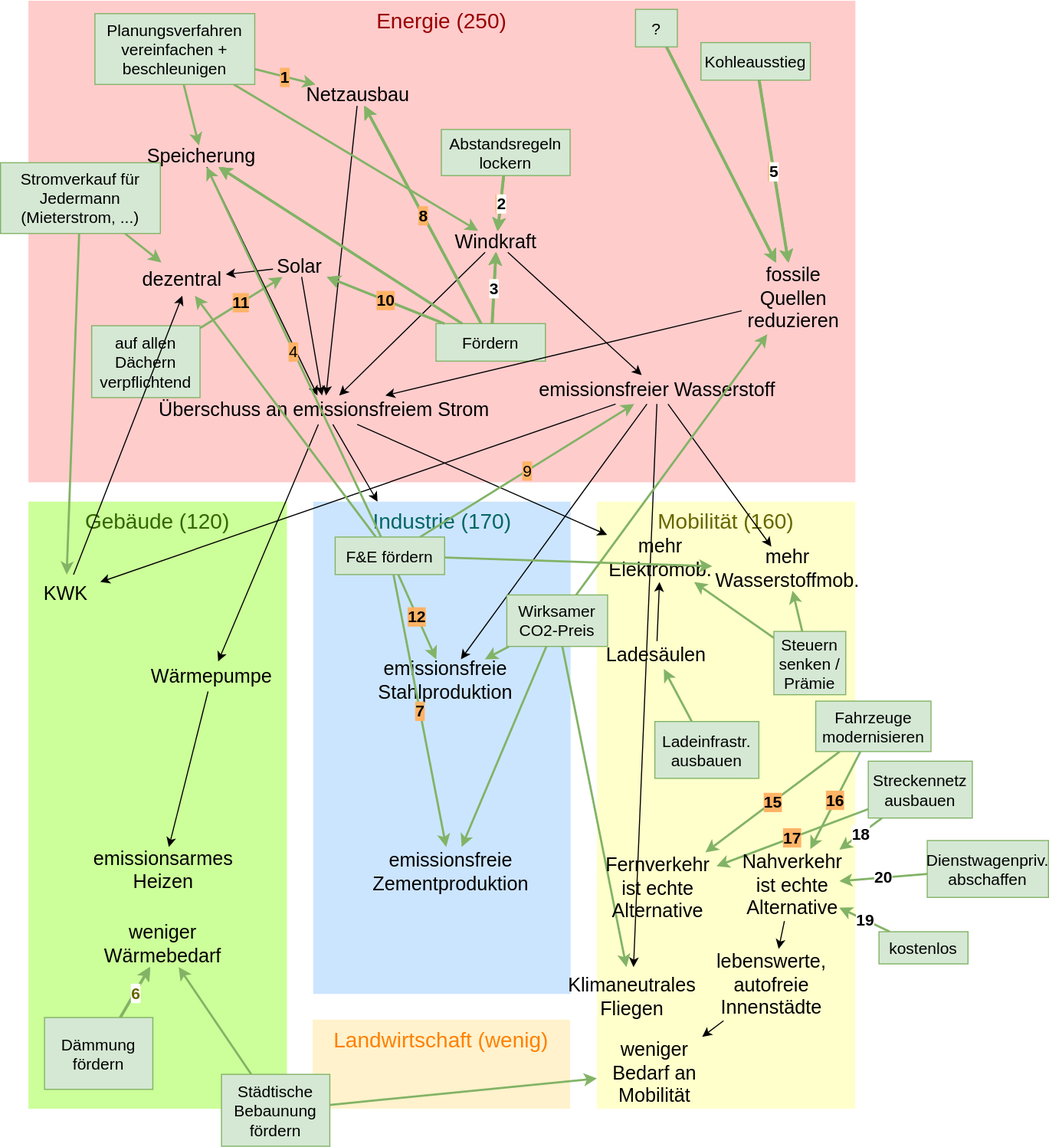
The draw.io diagram documents/happyPath.drawio.svg in neustartklima/ich-kann-klima, before a commit. Source tidied: cells renumbered, new cells last; positions are measured from the earlier drawing's top-left corner, leaving out a move shared by most shapes.
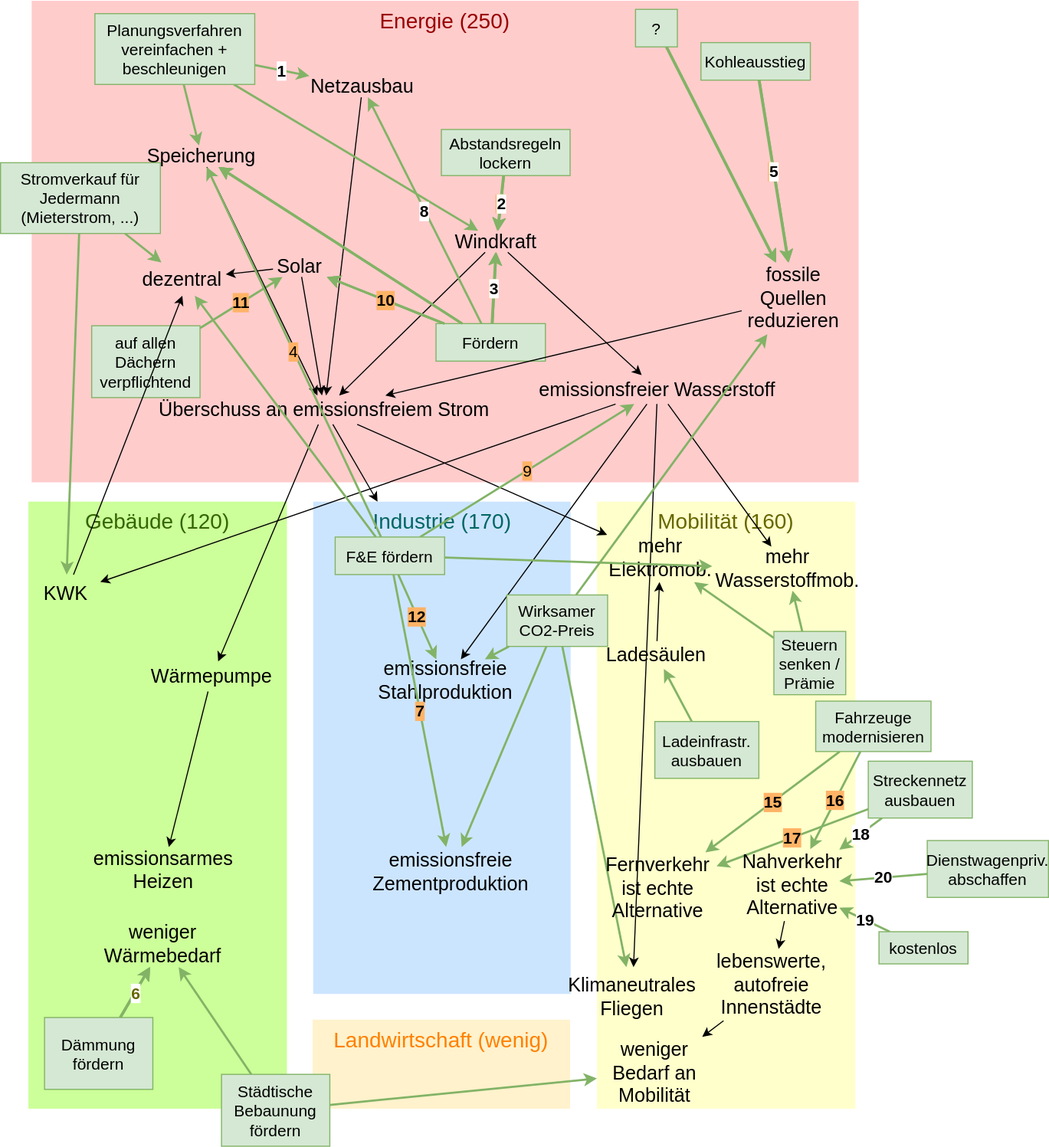
Above is the later version.

Diff of the diagram source:
```diff
@@ -6,7 +6,7 @@
       <mxGeometry x="291" y="950" width="240" height="83" as="geometry" />
     </mxCell>
     <mxCell id="3" value="Energie (250)" style="text;html=1;align=center;verticalAlign=top;whiteSpace=wrap;rounded=0;fontSize=20;fontStyle=0;fontColor=#990000;fillColor=#FFCCCC;" parent="1" vertex="1">
-      <mxGeometry x="26" width="771" height="449" as="geometry" />
+      <mxGeometry x="29" width="771" height="449" as="geometry" />
     </mxCell>
     <mxCell id="4" value="Gebäude (120)" style="text;html=1;strokeColor=none;align=center;verticalAlign=top;whiteSpace=wrap;rounded=0;fontSize=20;fontStyle=0;fillColor=#CCFF99;fontColor=#336600;" parent="1" vertex="1">
       <mxGeometry x="26" y="467" width="241" height="566" as="geometry" />
@@ -48,7 +48,7 @@
       <mxGeometry relative="1" as="geometry" />
     </mxCell>
     <mxCell id="17" value="Netzausbau" style="text;html=1;strokeColor=none;fillColor=none;align=center;verticalAlign=middle;whiteSpace=wrap;rounded=0;fontSize=18;" parent="1" vertex="1">
-      <mxGeometry x="284" y="78" width="99" height="20" as="geometry" />
+      <mxGeometry x="288" y="70" width="99" height="20" as="geometry" />
     </mxCell>
     <mxCell id="18" style="edgeStyle=none;rounded=0;jettySize=auto;html=1;fontSize=20;fontColor=#994C00;" parent="1" edge="1" source="20" target="7">
       <mxGeometry relative="1" as="geometry" />
@@ -80,7 +80,7 @@
     <mxCell id="27" value="auf allen Dächern verpflichtend" style="text;html=1;align=center;verticalAlign=middle;whiteSpace=wrap;rounded=0;fontSize=15;perimeterSpacing=0;fillColor=#d5e8d4;strokeColor=#82b366;" parent="1" vertex="1">
       <mxGeometry x="85" y="303" width="101" height="67" as="geometry" />
     </mxCell>
-    <mxCell id="28" value="1" style="edgeStyle=none;rounded=0;jettySize=auto;html=1;fontSize=15;strokeWidth=2;strokeColor=#82B366;labelBackgroundColor=#FFB366;fontStyle=1;" parent="1" edge="1" source="31" target="17">
+    <mxCell id="28" value="1" style="edgeStyle=none;rounded=0;jettySize=auto;html=1;fontSize=15;strokeWidth=2;strokeColor=#82B366;labelBackgroundColor=#FFFFFF;fontStyle=1;" parent="1" edge="1" source="31" target="17">
       <mxGeometry relative="1" as="geometry" />
     </mxCell>
     <mxCell id="29" style="edgeStyle=none;rounded=0;jettySize=auto;html=1;fontSize=15;strokeWidth=2;strokeColor=#82B366;labelBackgroundColor=#FFB366;" parent="1" edge="1" source="31" target="26">
@@ -92,9 +92,6 @@
     <mxCell id="31" value="Planungsverfahren vereinfachen + beschleunigen" style="text;html=1;align=center;verticalAlign=middle;whiteSpace=wrap;rounded=0;fontSize=15;perimeterSpacing=0;fillColor=#d5e8d4;strokeColor=#82B366;" parent="1" vertex="1">
       <mxGeometry x="88" y="12" width="149" height="66" as="geometry" />
     </mxCell>
-    <mxCell id="32" style="edgeStyle=none;rounded=0;jettySize=auto;html=1;fontSize=15;strokeWidth=2;strokeColor=#82B366;labelBackgroundColor=#FFB366;" parent="1" edge="1" source="37" target="17">
-      <mxGeometry relative="1" as="geometry" />
-    </mxCell>
     <mxCell id="33" value="3" style="edgeStyle=none;rounded=0;jettySize=auto;html=1;fontSize=15;strokeColor=#82B366;strokeWidth=2;labelBackgroundColor=#FFB366;" parent="1" edge="1" source="37" target="20">
       <mxGeometry relative="1" as="geometry" />
     </mxCell>
@@ -287,12 +284,6 @@
         <mxPoint x="203.8" y="155" as="targetPoint" />
       </mxGeometry>
     </mxCell>
-    <mxCell id="96" style="edgeStyle=none;rounded=0;orthogonalLoop=1;jettySize=auto;html=1;fontSize=15;strokeWidth=2;strokeColor=#82B366;labelBackgroundColor=#FFB366;" parent="1" edge="1">
-      <mxGeometry relative="1" as="geometry">
-        <mxPoint x="448.3" y="301" as="sourcePoint" />
-        <mxPoint x="339.6" y="98" as="targetPoint" />
-      </mxGeometry>
-    </mxCell>
     <mxCell id="97" style="edgeStyle=none;rounded=0;orthogonalLoop=1;jettySize=auto;html=1;fontSize=15;strokeColor=#82B366;strokeWidth=2;labelBackgroundColor=#FFB366;" parent="1" edge="1">
       <mxGeometry relative="1" as="geometry">
         <mxPoint x="413.8" y="301" as="sourcePoint" />
@@ -335,10 +326,9 @@
         <mxPoint x="203.8" y="155" as="targetPoint" />
       </mxGeometry>
     </mxCell>
-    <mxCell id="104" value="8" style="edgeStyle=none;rounded=0;orthogonalLoop=1;jettySize=auto;html=1;fontSize=15;strokeWidth=2;strokeColor=#82B366;labelBackgroundColor=#FFB366;labelBorderColor=none;spacing=2;spacingTop=4;spacingBottom=4;spacingLeft=4;spacingRight=4;fontStyle=1;" parent="1" edge="1">
+    <mxCell id="104" value="8" style="edgeStyle=none;rounded=0;jettySize=auto;html=1;fontSize=15;strokeWidth=2;strokeColor=#82B366;labelBackgroundColor=#FFFFFF;labelBorderColor=none;spacing=2;spacingTop=4;spacingBottom=4;spacingLeft=4;spacingRight=4;fontStyle=1;" parent="1" edge="1" target="17">
       <mxGeometry relative="1" as="geometry">
         <mxPoint x="448.3" y="301" as="sourcePoint" />
-        <mxPoint x="339.6" y="98" as="targetPoint" />
       </mxGeometry>
     </mxCell>
     <mxCell id="105" value="10" style="edgeStyle=none;rounded=0;orthogonalLoop=1;jettySize=auto;html=1;fontSize=15;strokeColor=#82B366;strokeWidth=2;labelBackgroundColor=#FFB366;labelBorderColor=none;spacing=2;spacingTop=4;spacingBottom=4;spacingLeft=4;spacingRight=4;fontStyle=1;" parent="1" edge="1">
```
